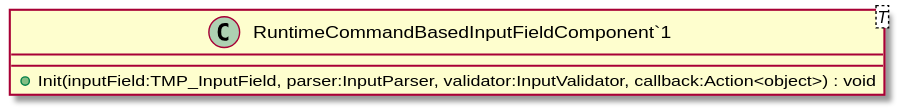
Before: UML/CommandBasedComponents/SupportingScripts/RuntimeCommandBasedInputFieldComponent.svg, a diagram exported from PlantUML (streepje8/ToolDev2023). The source it was exported from:
```plantuml
@startuml
class "RuntimeCommandBasedInputFieldComponent`1"<T> {
    + Init(inputField:TMP_InputField, parser:InputParser, validator:InputValidator, callback:Action<object>) : void
}
@enduml
```
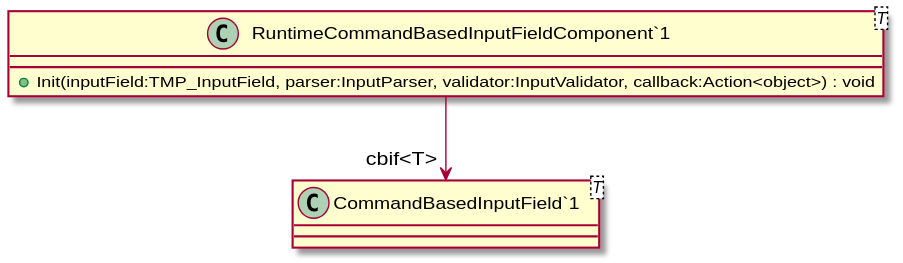
The same file after the commit.

Commit message:
Generate UML (Generate UML)

The edit, as a diff of the source:
```diff
@@ -2,4 +2,7 @@
 class "RuntimeCommandBasedInputFieldComponent`1"<T> {
     + Init(inputField:TMP_InputField, parser:InputParser, validator:InputValidator, callback:Action<object>) : void
 }
+class "CommandBasedInputField`1"<T> {
+}
+"RuntimeCommandBasedInputFieldComponent`1" --> "cbif<T>" "CommandBasedInputField`1"
 @enduml
```
